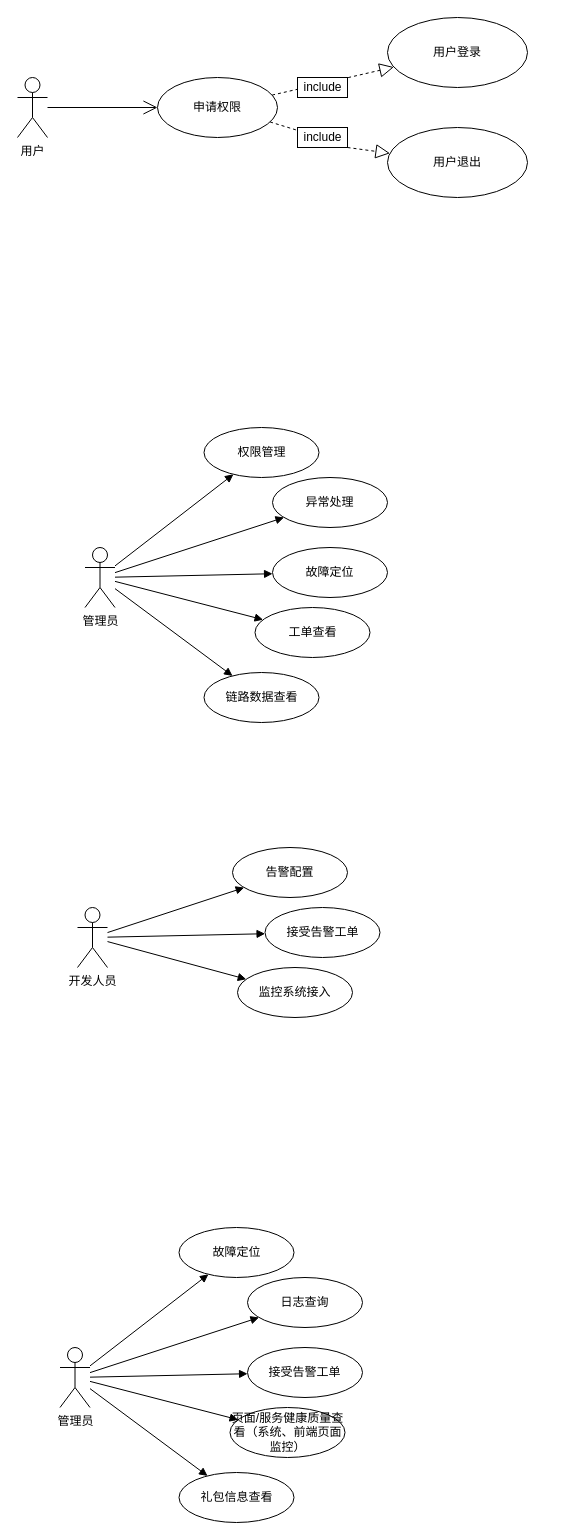
This is 开题_系统功能需求分析.drawio from FelixTt/repositoryForDraw.io, a draw.io file, before an edit. Source tidied: cells renumbered, new cells numbered last; positions are measured from the earlier drawing's top-left corner, leaving out a move shared by most shapes. Both pictures are drawn from the tidied source at 100%, with x=0, y=0 at pixel (17, 17).
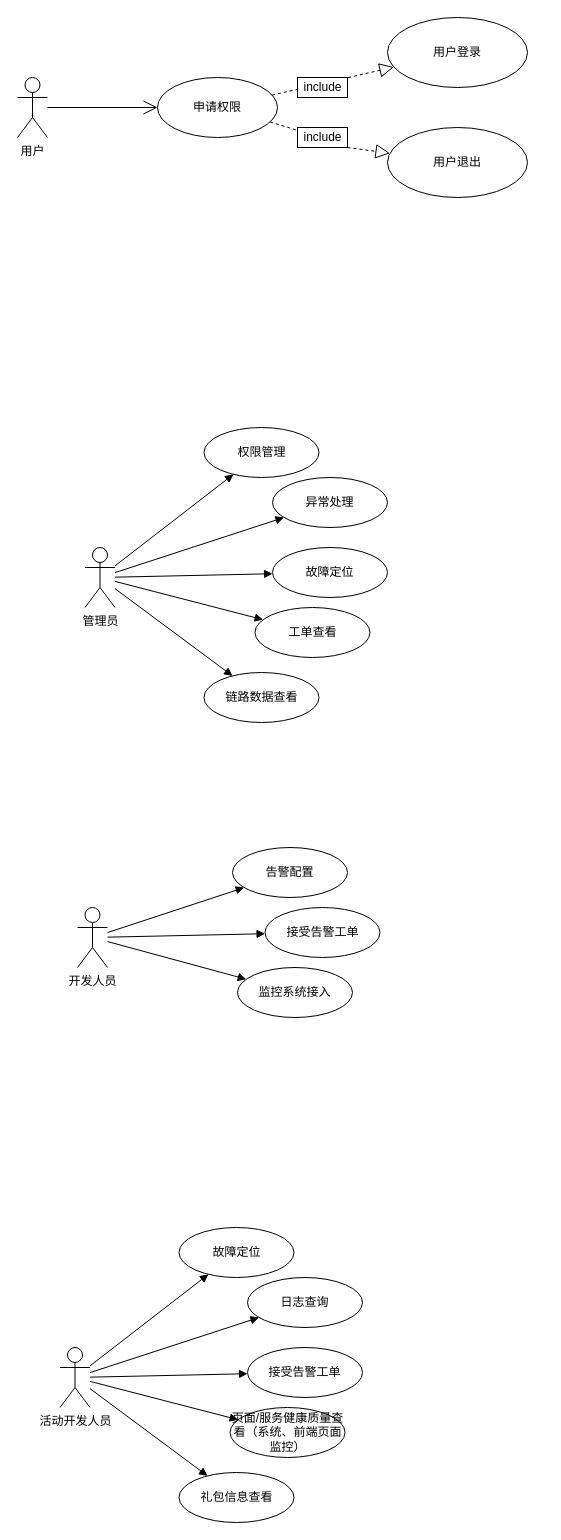
The same diagram, later.

Commit message:
Update 开题_系统功能需求分析.drawio

Change to the diagram source:
```diff
@@
-    <mxCell id="31" value="管理员" style="shape=umlActor;verticalLabelPosition=bottom;verticalAlign=top;html=1;" parent="1" vertex="1">
+    <mxCell id="31" value="活动开发人员" style="shape=umlActor;verticalLabelPosition=bottom;verticalAlign=top;html=1;" parent="1" vertex="1">
       <mxGeometry x="42.5" y="1330" width="30" height="60" as="geometry" />
     </mxCell>
```
